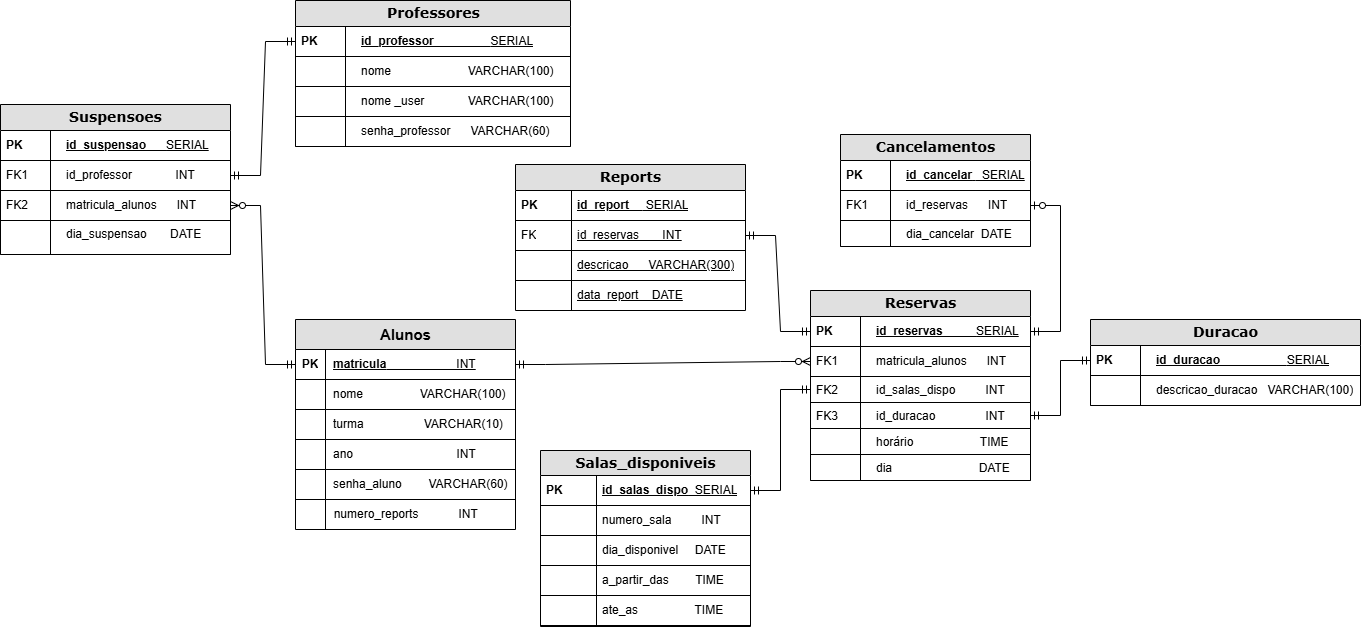
Before: documents/assets/modeloLogico.png, a diagram exported from draw.io (AnaCris007/Smart_Room). Source tidied: cells renumbered, new cells last; positions are measured from the earlier drawing's top-left corner, leaving out a move shared by most shapes.
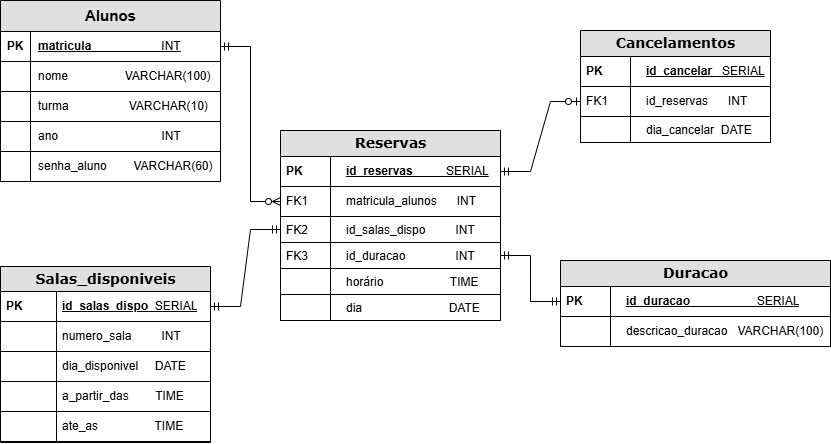
The same diagram one commit later.

Commit message:
docs: adição wireframe

What changed in the source:
```diff
@@ -2,35 +2,8 @@
   <root>
     <mxCell id="0" />
     <mxCell id="1" parent="0" />
-    <mxCell id="2" value="&lt;b&gt;Reports&lt;/b&gt;" style="swimlane;html=1;fontStyle=0;horizontal=1;startSize=26;fillColor=#e0e0e0;swimlaneFillColor=#ffffff;align=center;rounded=0;shadow=0;comic=0;labelBackgroundColor=none;strokeWidth=1;fontFamily=Verdana;fontSize=14;" parent="1" vertex="1">
-      <mxGeometry x="515" y="164" width="230" height="146" as="geometry" />
-    </mxCell>
-    <mxCell id="3" value="id_report&amp;nbsp; &amp;nbsp; &lt;span style=&quot;font-weight: normal;&quot;&gt;&amp;nbsp;SERIAL&lt;/span&gt;" style="shape=partialRectangle;top=0;left=0;right=0;bottom=1;html=1;align=left;verticalAlign=middle;fillColor=none;spacingLeft=60;spacingRight=4;whiteSpace=wrap;overflow=hidden;fontStyle=5;" parent="2" vertex="1">
-      <mxGeometry y="26" width="230" height="30" as="geometry" />
-    </mxCell>
-    <mxCell id="4" value="PK" style="shape=partialRectangle;fontStyle=1;top=0;left=0;bottom=0;html=1;fillColor=none;align=left;verticalAlign=middle;spacingLeft=4;spacingRight=4;whiteSpace=wrap;overflow=hidden;" parent="3" vertex="1">
-      <mxGeometry width="56" height="30" as="geometry" />
-    </mxCell>
-    <mxCell id="5" value="&lt;span style=&quot;font-weight: 400;&quot;&gt;id_reservas&amp;nbsp; &amp;nbsp; &amp;nbsp; &amp;nbsp;INT&lt;/span&gt;" style="shape=partialRectangle;top=0;left=0;right=0;bottom=1;html=1;align=left;verticalAlign=middle;fillColor=none;spacingLeft=60;spacingRight=4;whiteSpace=wrap;overflow=hidden;points=[[0,0.5],[1,0.5]];portConstraint=eastwest;fontStyle=5;" parent="2" vertex="1">
-      <mxGeometry y="56" width="230" height="30" as="geometry" />
-    </mxCell>
-    <mxCell id="6" value="&lt;span style=&quot;font-weight: normal;&quot;&gt;FK&lt;/span&gt;" style="shape=partialRectangle;fontStyle=1;top=0;left=0;bottom=0;html=1;fillColor=none;align=left;verticalAlign=middle;spacingLeft=4;spacingRight=4;whiteSpace=wrap;overflow=hidden;" parent="5" vertex="1">
-      <mxGeometry width="56" height="30" as="geometry" />
-    </mxCell>
-    <mxCell id="7" value="&lt;span style=&quot;font-weight: normal;&quot;&gt;descricao&amp;nbsp; &amp;nbsp; &amp;nbsp; VARCHAR(300)&lt;/span&gt;" style="shape=partialRectangle;top=0;left=0;right=0;bottom=1;html=1;align=left;verticalAlign=middle;fillColor=none;spacingLeft=60;spacingRight=4;whiteSpace=wrap;overflow=hidden;fontStyle=5;" parent="2" vertex="1">
-      <mxGeometry y="86" width="230" height="30" as="geometry" />
-    </mxCell>
-    <mxCell id="8" style="shape=partialRectangle;fontStyle=1;top=0;left=0;bottom=0;html=1;fillColor=none;align=left;verticalAlign=middle;spacingLeft=4;spacingRight=4;whiteSpace=wrap;overflow=hidden;" parent="7" vertex="1">
-      <mxGeometry width="56" height="30" as="geometry" />
-    </mxCell>
-    <mxCell id="9" value="&lt;span style=&quot;font-weight: 400;&quot;&gt;data_report&amp;nbsp; &amp;nbsp; DATE&lt;/span&gt;" style="shape=partialRectangle;top=0;left=0;right=0;bottom=0;html=1;align=left;verticalAlign=middle;fillColor=none;spacingLeft=60;spacingRight=4;whiteSpace=wrap;overflow=hidden;fontStyle=5;" parent="2" vertex="1">
-      <mxGeometry y="116" width="230" height="30" as="geometry" />
-    </mxCell>
-    <mxCell id="10" style="shape=partialRectangle;fontStyle=1;top=0;left=0;bottom=0;html=1;fillColor=none;align=left;verticalAlign=middle;spacingLeft=4;spacingRight=4;whiteSpace=wrap;overflow=hidden;" parent="9" vertex="1">
-      <mxGeometry width="56" height="30" as="geometry" />
-    </mxCell>
     <mxCell id="11" value="&lt;b&gt;Salas_disponiveis&lt;/b&gt;" style="swimlane;html=1;fontStyle=0;horizontal=1;startSize=25;fillColor=#e0e0e0;swimlaneFillColor=#ffffff;align=center;rounded=0;shadow=0;comic=0;labelBackgroundColor=none;strokeWidth=1;fontFamily=Verdana;fontSize=14;" parent="1" vertex="1">
-      <mxGeometry x="540" y="450" width="210" height="176" as="geometry" />
+      <mxGeometry x="530" y="426" width="210" height="176" as="geometry" />
     </mxCell>
     <mxCell id="12" value="id_salas_dispo&lt;span style=&quot;font-weight: normal;&quot;&gt;&amp;nbsp; SERIAL&lt;/span&gt;" style="shape=partialRectangle;top=0;left=0;right=0;bottom=1;html=1;align=left;verticalAlign=middle;fillColor=none;spacingLeft=60;spacingRight=4;whiteSpace=wrap;overflow=hidden;points=[[0,0.5],[1,0.5]];portConstraint=eastwest;fontStyle=5;" parent="11" vertex="1">
       <mxGeometry y="25" width="210" height="30" as="geometry" />
@@ -101,14 +74,11 @@
     <mxCell id="34" style="shape=partialRectangle;top=0;left=0;bottom=0;html=1;fillColor=none;align=left;verticalAlign=top;spacingLeft=64;spacingRight=4;whiteSpace=wrap;overflow=hidden;strokeColor=default;fontFamily=Helvetica;fontSize=12;fontColor=default;" parent="33" vertex="1">
       <mxGeometry width="50" height="26" as="geometry" />
     </mxCell>
-    <mxCell id="35" style="edgeStyle=entityRelationEdgeStyle;fontSize=12;html=1;endArrow=ERmandOne;startArrow=ERmandOne;rounded=0;entryX=1;entryY=0.5;entryDx=0;entryDy=0;" parent="1" edge="1" source="23" target="5">
-      <mxGeometry relative="1" as="geometry" />
-    </mxCell>
-    <mxCell id="36" value="&lt;b&gt;&lt;font style=&quot;font-size: 15px;&quot;&gt;Alunos&lt;/font&gt;&lt;/b&gt;" style="shape=table;startSize=30;rowLines=0;fontStyle=0;align=center;html=1;fillColor=#E0E0E0;swimlaneFillColor=none;" parent="1" vertex="1">
-      <mxGeometry x="295" y="319" width="220" height="210" as="geometry" />
+    <mxCell id="36" value="&lt;b&gt;&lt;font style=&quot;font-size: 15px;&quot;&gt;Alunos&lt;/font&gt;&lt;/b&gt;" style="shape=table;startSize=31;rowLines=0;fontStyle=0;align=center;html=1;fillColor=#E0E0E0;swimlaneFillColor=none;" parent="1" vertex="1">
+      <mxGeometry x="530" y="160" width="220" height="181" as="geometry" />
     </mxCell>
     <mxCell id="37" style="shape=tableRow;horizontal=0;startSize=0;swimlaneHead=0;swimlaneBody=0;fillColor=none;points=[[0,0.5],[1,0.5]];portConstraint=eastwest;top=0;left=0;right=0;bottom=1;" parent="36" vertex="1">
-      <mxGeometry y="30" width="220" height="30" as="geometry" />
+      <mxGeometry y="31" width="220" height="30" as="geometry" />
     </mxCell>
     <mxCell id="38" value="PK" style="shape=partialRectangle;fillColor=none;top=0;left=0;bottom=0;right=0;fontStyle=1;overflow=hidden;whiteSpace=wrap;html=1;" parent="37" vertex="1">
       <mxGeometry width="30" height="30" as="geometry" />
@@ -117,7 +87,7 @@
       <mxGeometry x="30" width="190" height="30" as="geometry" />
     </mxCell>
     <mxCell id="40" style="shape=tableRow;horizontal=0;startSize=0;swimlaneHead=0;swimlaneBody=0;fillColor=none;top=0;left=0;right=0;bottom=0;" parent="36" vertex="1">
-      <mxGeometry y="60" width="220" height="30" as="geometry" />
+      <mxGeometry y="61" width="220" height="30" as="geometry" />
     </mxCell>
     <mxCell id="41" style="shape=partialRectangle;fillColor=none;top=0;left=0;bottom=1;right=0;overflow=hidden;whiteSpace=wrap;html=1;" parent="40" vertex="1">
       <mxGeometry width="30" height="30" as="geometry" />
@@ -126,7 +96,7 @@
       <mxGeometry x="30" width="190" height="30" as="geometry" />
     </mxCell>
     <mxCell id="43" style="shape=tableRow;horizontal=0;startSize=0;swimlaneHead=0;swimlaneBody=0;fillColor=none;top=0;left=0;right=0;bottom=0;" parent="36" vertex="1">
-      <mxGeometry y="90" width="220" height="30" as="geometry" />
+      <mxGeometry y="91" width="220" height="30" as="geometry" />
     </mxCell>
     <mxCell id="44" style="shape=partialRectangle;fillColor=none;top=0;left=0;bottom=1;right=0;overflow=hidden;whiteSpace=wrap;html=1;" parent="43" vertex="1">
       <mxGeometry width="30" height="30" as="geometry" />
@@ -135,7 +105,7 @@
       <mxGeometry x="30" width="190" height="30" as="geometry" />
     </mxCell>
     <mxCell id="46" style="shape=tableRow;horizontal=0;startSize=0;swimlaneHead=0;swimlaneBody=0;fillColor=none;top=0;left=0;right=0;bottom=0;" parent="36" vertex="1">
-      <mxGeometry y="120" width="220" height="30" as="geometry" />
+      <mxGeometry y="121" width="220" height="30" as="geometry" />
     </mxCell>
     <mxCell id="47" style="shape=partialRectangle;fillColor=none;top=0;left=0;bottom=1;right=0;overflow=hidden;whiteSpace=wrap;html=1;" parent="46" vertex="1">
       <mxGeometry width="30" height="30" as="geometry" />
@@ -144,7 +114,7 @@
       <mxGeometry x="30" width="190" height="30" as="geometry" />
     </mxCell>
     <mxCell id="49" style="shape=tableRow;horizontal=0;startSize=0;swimlaneHead=0;swimlaneBody=0;fillColor=none;top=0;left=0;right=0;bottom=0;" parent="36" vertex="1">
-      <mxGeometry y="150" width="220" height="30" as="geometry" />
+      <mxGeometry y="151" width="220" height="30" as="geometry" />
     </mxCell>
     <mxCell id="50" style="shape=partialRectangle;fillColor=none;top=0;left=0;bottom=1;right=0;overflow=hidden;whiteSpace=wrap;html=1;" parent="49" vertex="1">
       <mxGeometry width="30" height="30" as="geometry" />
@@ -152,18 +122,6 @@
     <mxCell id="51" value="senha_aluno&amp;nbsp; &amp;nbsp; &amp;nbsp; &amp;nbsp; VARCHAR(60)" style="shape=partialRectangle;fillColor=none;top=0;left=0;bottom=1;right=0;align=left;spacingLeft=6;overflow=hidden;whiteSpace=wrap;html=1;" parent="49" vertex="1">
       <mxGeometry x="30" width="190" height="30" as="geometry" />
     </mxCell>
-    <mxCell id="52" style="shape=tableRow;horizontal=0;startSize=0;swimlaneHead=0;swimlaneBody=0;fillColor=none;top=0;left=0;right=0;bottom=0;" parent="36" vertex="1">
-      <mxGeometry y="180" width="220" height="30" as="geometry" />
-    </mxCell>
-    <mxCell id="53" style="shape=partialRectangle;fillColor=none;top=0;left=0;bottom=0;right=0;overflow=hidden;whiteSpace=wrap;html=1;" parent="52" vertex="1">
-      <mxGeometry width="30" height="30" as="geometry" />
-    </mxCell>
-    <mxCell id="54" style="shape=partialRectangle;fillColor=none;top=0;left=0;bottom=0;right=0;align=left;spacingLeft=6;overflow=hidden;whiteSpace=wrap;html=1;" parent="52" vertex="1">
-      <mxGeometry x="30" width="190" height="30" as="geometry" />
-    </mxCell>
-    <mxCell id="55" style="shape=partialRectangle;top=0;left=0;right=0;bottom=0;html=1;align=left;verticalAlign=middle;fillColor=none;spacingLeft=60;spacingRight=4;whiteSpace=wrap;overflow=hidden;fontStyle=5;" parent="1" vertex="1">
-      <mxGeometry x="560" y="310" width="160" as="geometry" />
-    </mxCell>
     <mxCell id="56" style="edgeStyle=entityRelationEdgeStyle;fontSize=12;html=1;endArrow=ERmandOne;startArrow=ERmandOne;rounded=0;entryX=0;entryY=0.5;entryDx=0;entryDy=0;exitX=1;exitY=0.5;exitDx=0;exitDy=0;" parent="1" edge="1" source="12" target="27">
       <mxGeometry relative="1" as="geometry">
         <Array as="points">
@@ -171,14 +129,11 @@
         </Array>
       </mxGeometry>
     </mxCell>
-    <mxCell id="57" style="shape=partialRectangle;top=0;left=0;right=0;bottom=0;html=1;align=left;verticalAlign=middle;fillColor=none;spacingLeft=60;spacingRight=4;whiteSpace=wrap;overflow=hidden;fontStyle=5;" parent="1" vertex="1">
-      <mxGeometry x="560" y="356" width="160" height="26" as="geometry" />
-    </mxCell>
     <mxCell id="58" style="edgeStyle=entityRelationEdgeStyle;fontSize=12;html=1;endArrow=ERzeroToMany;startArrow=ERmandOne;rounded=0;exitX=1;exitY=0.5;exitDx=0;exitDy=0;entryX=0;entryY=0.5;entryDx=0;entryDy=0;" parent="1" edge="1" source="37" target="25">
       <mxGeometry relative="1" as="geometry" />
     </mxCell>
     <mxCell id="59" value="&lt;b&gt;Cancelamentos&lt;/b&gt;" style="swimlane;html=1;fontStyle=0;horizontal=1;startSize=26;fillColor=#e0e0e0;swimlaneFillColor=#ffffff;align=center;rounded=0;shadow=0;comic=0;labelBackgroundColor=none;strokeWidth=1;fontFamily=Verdana;fontSize=14;" parent="1" vertex="1">
-      <mxGeometry x="840" y="134" width="190" height="112" as="geometry" />
+      <mxGeometry x="1110" y="190" width="190" height="112" as="geometry" />
     </mxCell>
     <mxCell id="60" value="&lt;b&gt;id_cancelar&lt;/b&gt;&amp;nbsp;&lt;span style=&quot;&quot;&gt;&amp;nbsp; SERIAL&lt;/span&gt;" style="shape=partialRectangle;top=0;left=0;right=0;bottom=1;html=1;align=left;verticalAlign=middle;fillColor=none;spacingLeft=64;spacingRight=4;whiteSpace=wrap;overflow=hidden;fontStyle=4;" parent="59" vertex="1">
       <mxGeometry y="26" width="190" height="30" as="geometry" />
@@ -198,11 +153,11 @@
     <mxCell id="65" style="shape=partialRectangle;top=0;left=0;bottom=0;html=1;fillColor=none;align=left;verticalAlign=top;spacingLeft=64;spacingRight=4;whiteSpace=wrap;overflow=hidden;strokeColor=default;fontFamily=Helvetica;fontSize=12;fontColor=default;" parent="64" vertex="1">
       <mxGeometry width="50" height="26" as="geometry" />
     </mxCell>
-    <mxCell id="66" style="edgeStyle=entityRelationEdgeStyle;fontSize=12;html=1;endArrow=ERzeroToOne;startArrow=ERmandOne;rounded=0;entryX=1;entryY=0.5;entryDx=0;entryDy=0;exitX=1;exitY=0.5;exitDx=0;exitDy=0;" parent="1" edge="1" source="23" target="62">
+    <mxCell id="66" style="edgeStyle=entityRelationEdgeStyle;fontSize=12;html=1;endArrow=ERzeroToOne;startArrow=ERmandOne;rounded=0;entryX=0;entryY=0.5;entryDx=0;entryDy=0;exitX=1;exitY=0.5;exitDx=0;exitDy=0;" parent="1" edge="1" source="23" target="62">
       <mxGeometry relative="1" as="geometry" />
     </mxCell>
     <mxCell id="67" value="&lt;b&gt;Duracao&lt;/b&gt;" style="swimlane;html=1;fontStyle=0;horizontal=1;startSize=26;fillColor=#e0e0e0;swimlaneFillColor=#ffffff;align=center;rounded=0;shadow=0;comic=0;labelBackgroundColor=none;strokeWidth=1;fontFamily=Verdana;fontSize=14;" parent="1" vertex="1">
-      <mxGeometry x="1090" y="319" width="270" height="86" as="geometry" />
+      <mxGeometry x="1090" y="420" width="270" height="86" as="geometry" />
     </mxCell>
     <mxCell id="68" value="&lt;div style=&quot;text-align: center;&quot;&gt;&lt;span style=&quot;background-color: transparent; color: light-dark(rgb(0, 0, 0), rgb(255, 255, 255));&quot;&gt;id_duracao&amp;nbsp; &amp;nbsp; &amp;nbsp; &amp;nbsp; &amp;nbsp; &amp;nbsp; &amp;nbsp; &amp;nbsp; &amp;nbsp; &amp;nbsp;&amp;nbsp;&lt;span style=&quot;font-weight: 400;&quot;&gt;SERIAL&lt;/span&gt;&lt;/span&gt;&lt;/div&gt;" style="shape=partialRectangle;top=0;left=0;right=0;bottom=1;html=1;align=left;verticalAlign=middle;fillColor=none;spacingLeft=64;spacingRight=4;whiteSpace=wrap;overflow=hidden;points=[[0,0.5],[1,0.5]];portConstraint=eastwest;fontStyle=5;" parent="67" vertex="1">
       <mxGeometry y="26" width="270" height="30" as="geometry" />
@@ -222,68 +177,5 @@
     <mxCell id="73" style="shape=partialRectangle;top=0;left=0;right=0;bottom=1;html=1;align=left;verticalAlign=top;fillColor=none;spacingLeft=64;spacingRight=4;whiteSpace=wrap;overflow=hidden;fontStyle=0;" parent="1" vertex="1">
       <mxGeometry x="810" y="428" width="220" height="26" as="geometry" />
     </mxCell>
-    <mxCell id="74" value="&amp;nbsp; numero_reports&amp;nbsp; &amp;nbsp; &amp;nbsp; &amp;nbsp; &amp;nbsp; &amp;nbsp; INT" style="text;html=1;align=left;verticalAlign=middle;whiteSpace=wrap;rounded=0;" parent="1" vertex="1">
-      <mxGeometry x="325" y="499" width="190" height="30" as="geometry" />
-    </mxCell>
-    <mxCell id="75" value="&lt;b&gt;Professores&lt;/b&gt;" style="swimlane;html=1;fontStyle=0;horizontal=1;startSize=26;fillColor=#e0e0e0;swimlaneFillColor=#ffffff;align=center;rounded=0;shadow=0;comic=0;labelBackgroundColor=none;strokeWidth=1;fontFamily=Verdana;fontSize=14;" parent="1" vertex="1">
-      <mxGeometry x="295" width="275" height="146" as="geometry" />
-    </mxCell>
-    <mxCell id="76" value="id_professor&amp;nbsp; &amp;nbsp; &amp;nbsp; &amp;nbsp; &amp;nbsp; &amp;nbsp; &amp;nbsp; &amp;nbsp; &amp;nbsp;&lt;span style=&quot;font-weight: normal;&quot;&gt;SERIAL&lt;/span&gt;" style="shape=partialRectangle;top=0;left=0;right=0;bottom=1;html=1;align=left;verticalAlign=middle;fillColor=none;spacingLeft=64;spacingRight=4;whiteSpace=wrap;overflow=hidden;points=[[0,0.5],[1,0.5]];portConstraint=eastwest;fontStyle=5;" parent="75" vertex="1">
-      <mxGeometry y="26" width="275" height="30" as="geometry" />
-    </mxCell>
-    <mxCell id="77" value="&lt;b&gt;PK&lt;/b&gt;" style="shape=partialRectangle;top=0;left=0;bottom=0;html=1;fillColor=none;align=left;verticalAlign=middle;spacingLeft=4;spacingRight=4;whiteSpace=wrap;overflow=hidden;" parent="76" vertex="1">
-      <mxGeometry width="50" height="30" as="geometry" />
-    </mxCell>
-    <mxCell id="78" value="nome&amp;nbsp; &amp;nbsp; &amp;nbsp; &amp;nbsp; &amp;nbsp; &amp;nbsp; &amp;nbsp; &amp;nbsp; &amp;nbsp; &amp;nbsp; &amp;nbsp; &amp;nbsp;VARCHAR(100)" style="shape=partialRectangle;top=0;left=0;right=0;bottom=1;html=1;align=left;verticalAlign=middle;fillColor=none;spacingLeft=64;spacingRight=4;whiteSpace=wrap;overflow=hidden;fontStyle=0;" parent="75" vertex="1">
-      <mxGeometry y="56" width="275" height="30" as="geometry" />
-    </mxCell>
-    <mxCell id="79" style="shape=partialRectangle;top=0;left=0;bottom=0;html=1;fillColor=none;align=left;verticalAlign=middle;spacingLeft=4;spacingRight=4;whiteSpace=wrap;overflow=hidden;" parent="78" vertex="1">
-      <mxGeometry width="50" height="30" as="geometry" />
-    </mxCell>
-    <mxCell id="80" value="nome _user&amp;nbsp; &amp;nbsp; &amp;nbsp; &amp;nbsp; &amp;nbsp; &amp;nbsp; &amp;nbsp;VARCHAR(100)" style="shape=partialRectangle;top=0;left=0;right=0;bottom=1;html=1;align=left;verticalAlign=middle;fillColor=none;spacingLeft=64;spacingRight=4;whiteSpace=wrap;overflow=hidden;fontStyle=0;" parent="75" vertex="1">
-      <mxGeometry y="86" width="275" height="30" as="geometry" />
-    </mxCell>
-    <mxCell id="81" style="shape=partialRectangle;top=0;left=0;bottom=0;html=1;fillColor=none;align=left;verticalAlign=middle;spacingLeft=4;spacingRight=4;whiteSpace=wrap;overflow=hidden;" parent="80" vertex="1">
-      <mxGeometry width="50" height="30" as="geometry" />
-    </mxCell>
-    <mxCell id="82" value="senha_professor&amp;nbsp; &amp;nbsp; &amp;nbsp; VARCHAR(60)" style="shape=partialRectangle;top=0;left=0;right=0;bottom=1;html=1;align=left;verticalAlign=middle;fillColor=none;spacingLeft=64;spacingRight=4;whiteSpace=wrap;overflow=hidden;fontStyle=0;" parent="75" vertex="1">
-      <mxGeometry y="116" width="275" height="30" as="geometry" />
-    </mxCell>
-    <mxCell id="83" style="shape=partialRectangle;top=0;left=0;bottom=0;html=1;fillColor=none;align=left;verticalAlign=middle;spacingLeft=4;spacingRight=4;whiteSpace=wrap;overflow=hidden;" parent="82" vertex="1">
-      <mxGeometry width="50" height="30" as="geometry" />
-    </mxCell>
-    <mxCell id="84" value="&lt;b&gt;Suspensoes&lt;/b&gt;" style="swimlane;html=1;fontStyle=0;horizontal=1;startSize=26;fillColor=#e0e0e0;swimlaneFillColor=#ffffff;align=center;rounded=0;shadow=0;comic=0;labelBackgroundColor=none;strokeWidth=1;fontFamily=Verdana;fontSize=14;" parent="1" vertex="1">
-      <mxGeometry y="104" width="230" height="150" as="geometry" />
-    </mxCell>
-    <mxCell id="85" value="id_suspensao&amp;nbsp; &amp;nbsp; &amp;nbsp;&amp;nbsp;&lt;span style=&quot;font-weight: normal;&quot;&gt;SERIAL&lt;/span&gt;" style="shape=partialRectangle;top=0;left=0;right=0;bottom=1;html=1;align=left;verticalAlign=middle;fillColor=none;spacingLeft=64;spacingRight=4;whiteSpace=wrap;overflow=hidden;fontStyle=5;" parent="84" vertex="1">
-      <mxGeometry y="26" width="230" height="30" as="geometry" />
-    </mxCell>
-    <mxCell id="86" value="&lt;b&gt;PK&lt;/b&gt;" style="shape=partialRectangle;top=0;left=0;bottom=0;html=1;fillColor=none;align=left;verticalAlign=middle;spacingLeft=4;spacingRight=4;whiteSpace=wrap;overflow=hidden;" parent="85" vertex="1">
-      <mxGeometry width="50" height="30" as="geometry" />
-    </mxCell>
-    <mxCell id="87" value="id_professor&amp;nbsp; &amp;nbsp; &amp;nbsp; &amp;nbsp; &amp;nbsp; &amp;nbsp; &amp;nbsp;INT" style="shape=partialRectangle;top=0;left=0;right=0;bottom=1;html=1;align=left;verticalAlign=middle;fillColor=none;spacingLeft=64;spacingRight=4;whiteSpace=wrap;overflow=hidden;points=[[0,0.5],[1,0.5]];portConstraint=eastwest;fontStyle=0;" parent="84" vertex="1">
-      <mxGeometry y="56" width="230" height="30" as="geometry" />
-    </mxCell>
-    <mxCell id="88" value="FK1" style="shape=partialRectangle;top=0;left=0;bottom=0;html=1;fillColor=none;align=left;verticalAlign=middle;spacingLeft=4;spacingRight=4;whiteSpace=wrap;overflow=hidden;" parent="87" vertex="1">
-      <mxGeometry width="50" height="30" as="geometry" />
-    </mxCell>
-    <mxCell id="89" value="matricula_alunos&amp;nbsp; &amp;nbsp; &amp;nbsp; INT" style="shape=partialRectangle;top=0;left=0;right=0;bottom=1;html=1;align=left;verticalAlign=middle;fillColor=none;spacingLeft=64;spacingRight=4;whiteSpace=wrap;overflow=hidden;points=[[0,0.5],[1,0.5]];portConstraint=eastwest;fontStyle=0;" parent="84" vertex="1">
-      <mxGeometry y="86" width="230" height="30" as="geometry" />
-    </mxCell>
-    <mxCell id="90" value="FK2" style="shape=partialRectangle;top=0;left=0;bottom=0;html=1;fillColor=none;align=left;verticalAlign=middle;spacingLeft=4;spacingRight=4;whiteSpace=wrap;overflow=hidden;" parent="89" vertex="1">
-      <mxGeometry width="50" height="30" as="geometry" />
-    </mxCell>
-    <mxCell id="91" value="dia_suspensao&amp;nbsp; &amp;nbsp; &amp;nbsp; &amp;nbsp;DATE" style="shape=partialRectangle;top=0;left=0;right=0;bottom=1;html=1;align=left;verticalAlign=top;fillColor=none;spacingLeft=64;spacingRight=4;whiteSpace=wrap;overflow=hidden;strokeColor=default;fontFamily=Helvetica;fontSize=12;fontColor=default;fontStyle=0;" parent="84" vertex="1">
-      <mxGeometry y="116" width="230" height="34" as="geometry" />
-    </mxCell>
-    <mxCell id="92" style="shape=partialRectangle;top=0;left=0;bottom=0;html=1;fillColor=none;align=left;verticalAlign=top;spacingLeft=64;spacingRight=4;whiteSpace=wrap;overflow=hidden;strokeColor=default;fontFamily=Helvetica;fontSize=12;fontColor=default;" parent="91" vertex="1">
-      <mxGeometry width="50" height="34" as="geometry" />
-    </mxCell>
-    <mxCell id="93" style="edgeStyle=entityRelationEdgeStyle;fontSize=12;html=1;endArrow=ERzeroToMany;startArrow=ERmandOne;rounded=0;exitX=0;exitY=0.5;exitDx=0;exitDy=0;entryX=1;entryY=0.5;entryDx=0;entryDy=0;" parent="1" edge="1" source="37" target="89">
-      <mxGeometry relative="1" as="geometry" />
-    </mxCell>
-    <mxCell id="94" style="edgeStyle=entityRelationEdgeStyle;fontSize=12;html=1;endArrow=ERmandOne;startArrow=ERmandOne;rounded=0;exitX=1;exitY=0.5;exitDx=0;exitDy=0;entryX=0;entryY=0.5;entryDx=0;entryDy=0;" parent="1" edge="1" source="87" target="76">
-      <mxGeometry relative="1" as="geometry" />
-    </mxCell>
   </root>
 </mxGraphModel>
```
